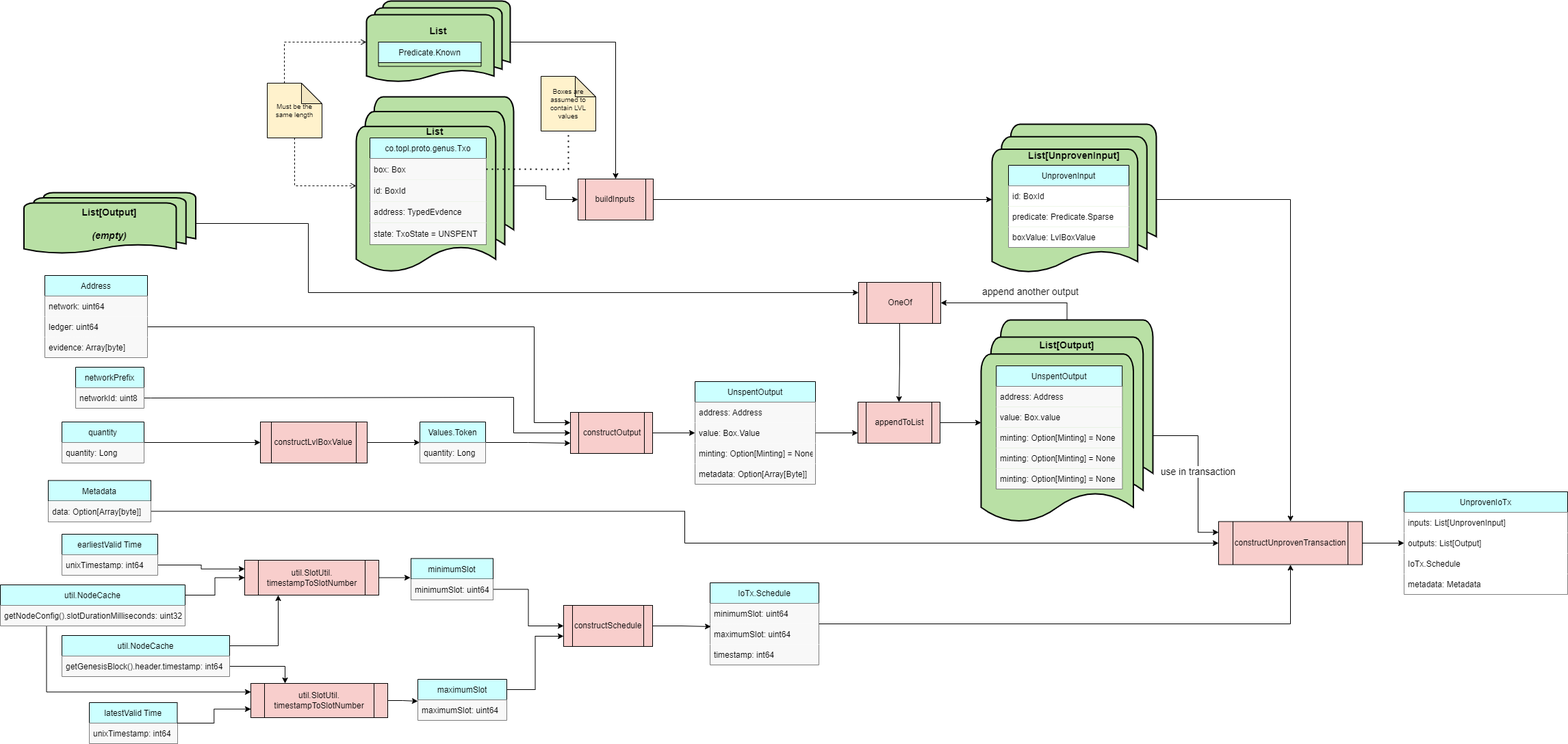
This is docs/Modules/NativeTransactor/transaction_builder.drawio.png from Topl/BramblSc-docs, a draw.io export, as it was before one commit. Source tidied: cells renumbered, new cells last; positions are measured from the earlier drawing's top-left corner, leaving out a move shared by most shapes.
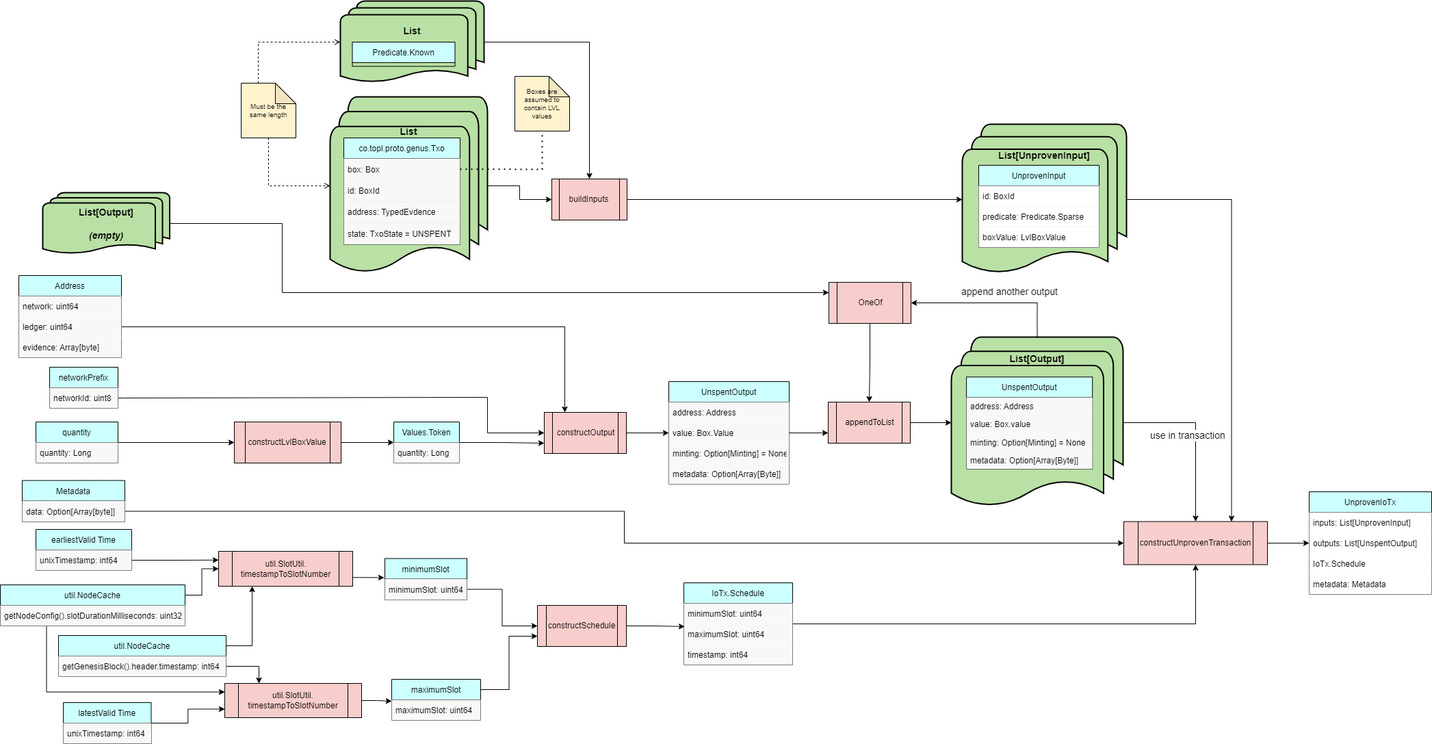
The same diagram one commit later.

Commit message:
More compact layout

Change to the diagram source:
```diff
@@ -6,7 +6,7 @@
       <mxGeometry relative="1" as="geometry" />
     </mxCell>
     <mxCell id="3" value="constructUnprovenTransaction" style="shape=process;whiteSpace=wrap;html=1;backgroundOutline=1;fillColor=#F8CECC;" parent="1" vertex="1">
-      <mxGeometry x="1780" y="760.5" width="210" height="63" as="geometry" />
+      <mxGeometry x="1680" y="760.5" width="210" height="63" as="geometry" />
     </mxCell>
     <mxCell id="4" value="IoTx.Schedule" style="swimlane;fontStyle=0;horizontal=1;startSize=30;fillColor=#CCFFFF;" parent="1" vertex="1">
       <mxGeometry x="1037" y="850" width="159" height="120" as="geometry" />
@@ -67,13 +67,8 @@
     <mxCell id="22" value="state: TxoState = UNSPENT" style="text;strokeColor=none;fillColor=#F8F8F8;align=left;verticalAlign=middle;spacingLeft=4;spacingRight=4;overflow=hidden;" parent="18" vertex="1">
       <mxGeometry y="124.1" width="170" height="31.4" as="geometry" />
     </mxCell>
-    <mxCell id="23" value="use in transaction" style="edgeStyle=orthogonalEdgeStyle;rounded=0;jettySize=auto;html=1;entryX=0;entryY=0.25;entryDx=0;entryDy=0;fontSize=14;" parent="1" edge="1" source="102" target="3">
-      <mxGeometry relative="1" as="geometry">
-        <Array as="points">
-          <mxPoint x="1750" y="635" />
-          <mxPoint x="1750" y="776" />
-        </Array>
-      </mxGeometry>
+    <mxCell id="23" value="use in transaction&amp;nbsp; &amp;nbsp; &amp;nbsp;&amp;nbsp;" style="edgeStyle=orthogonalEdgeStyle;rounded=0;jettySize=auto;html=1;entryX=0.5;entryY=0;entryDx=0;entryDy=0;fontSize=14;" parent="1" edge="1" source="102" target="3">
+      <mxGeometry relative="1" as="geometry" />
     </mxCell>
     <mxCell id="24" style="edgeStyle=orthogonalEdgeStyle;rounded=0;jettySize=auto;html=1;entryX=0;entryY=0.5;entryDx=0;entryDy=0;fontSize=10;" parent="1" edge="1" source="25" target="28">
       <mxGeometry relative="1" as="geometry" />
@@ -114,11 +109,10 @@
         </Array>
       </mxGeometry>
     </mxCell>
-    <mxCell id="35" style="edgeStyle=orthogonalEdgeStyle;rounded=0;jettySize=auto;html=1;entryX=0;entryY=0.25;entryDx=0;entryDy=0;fontSize=10;exitX=1;exitY=0.5;exitDx=0;exitDy=0;" parent="1" edge="1" source="97" target="33">
+    <mxCell id="35" style="edgeStyle=orthogonalEdgeStyle;rounded=0;jettySize=auto;html=1;entryX=0.25;entryY=0;entryDx=0;entryDy=0;fontSize=10;exitX=1;exitY=0.5;exitDx=0;exitDy=0;" parent="1" edge="1" source="97" target="33">
       <mxGeometry relative="1" as="geometry">
         <Array as="points">
-          <mxPoint x="780" y="476" />
-          <mxPoint x="780" y="616" />
+          <mxPoint x="863" y="476" />
         </Array>
       </mxGeometry>
     </mxCell>
@@ -159,7 +153,7 @@
       <mxGeometry relative="1" as="geometry" />
     </mxCell>
     <mxCell id="48" style="group;" parent="1" vertex="1">
-      <mxGeometry x="1449" y="180" width="240" height="220" as="geometry" />
+      <mxGeometry x="1444" y="180" width="240" height="220" as="geometry" />
     </mxCell>
     <mxCell id="49" value="&lt;font style=&quot;&quot;&gt;&lt;font style=&quot;&quot;&gt;&lt;font style=&quot;font-size: 14px;&quot;&gt;&amp;nbsp;&lt;/font&gt;&lt;br&gt;&lt;/font&gt;&lt;br&gt;&lt;/font&gt;&lt;font style=&quot;font-size: 14px;&quot;&gt;&lt;b&gt;List[UnprovenInput]&lt;/b&gt;&lt;/font&gt;" style="strokeWidth=2;html=1;shape=mxgraph.flowchart.multi-document;whiteSpace=wrap;fillColor=#B9E0A5;verticalAlign=top;" parent="48" vertex="1">
       <mxGeometry width="240" height="220" as="geometry" />
@@ -176,7 +170,7 @@
     <mxCell id="53" value="boxValue: LvlBoxValue" style="text;strokeColor=none;fillColor=#FFFFFF;align=left;verticalAlign=middle;spacingLeft=4;spacingRight=4;overflow=hidden;" parent="50" vertex="1">
       <mxGeometry y="90" width="176" height="30" as="geometry" />
     </mxCell>
-    <mxCell id="54" style="edgeStyle=orthogonalEdgeStyle;rounded=0;jettySize=auto;html=1;entryX=0.5;entryY=0;entryDx=0;entryDy=0;fontSize=10;endArrow=classic;endFill=1;exitX=1;exitY=0.5;exitDx=0;exitDy=0;exitPerimeter=0;" parent="1" edge="1" source="49" target="3">
+    <mxCell id="54" style="edgeStyle=orthogonalEdgeStyle;rounded=0;jettySize=auto;html=1;entryX=0.75;entryY=0;entryDx=0;entryDy=0;fontSize=10;endArrow=classic;endFill=1;exitX=1;exitY=0.5;exitDx=0;exitDy=0;exitPerimeter=0;" parent="1" edge="1" source="49" target="3">
       <mxGeometry relative="1" as="geometry" />
     </mxCell>
     <mxCell id="55" style="edgeStyle=orthogonalEdgeStyle;rounded=0;jettySize=auto;html=1;fontSize=10;endArrow=classic;endFill=1;exitX=1;exitY=0.5;exitDx=0;exitDy=0;entryX=0;entryY=0.5;entryDx=0;entryDy=0;" parent="1" edge="1" source="57" target="3">
@@ -189,19 +183,19 @@
       <mxGeometry y="30" width="150" height="30" as="geometry" />
     </mxCell>
     <mxCell id="58" value="UnprovenIoTx" style="swimlane;fontStyle=0;horizontal=1;startSize=30;fillColor=#CCFFFF;" parent="1" vertex="1">
-      <mxGeometry x="2051" y="717" width="239" height="150" as="geometry" />
+      <mxGeometry x="1951" y="717" width="179" height="150" as="geometry" />
     </mxCell>
     <mxCell id="59" value="inputs: List[UnprovenInput]" style="text;strokeColor=none;fillColor=#FFFFFF;align=left;verticalAlign=middle;spacingLeft=4;spacingRight=4;overflow=hidden;" parent="58" vertex="1">
-      <mxGeometry y="30" width="239" height="30" as="geometry" />
+      <mxGeometry y="30" width="179" height="30" as="geometry" />
     </mxCell>
-    <mxCell id="60" value="outputs: List[Output]" style="text;strokeColor=none;fillColor=#FFFFFF;align=left;verticalAlign=middle;spacingLeft=4;spacingRight=4;overflow=hidden;points=[[0,0.5],[1,0.5]];portConstraint=eastwest;" parent="58" vertex="1">
-      <mxGeometry y="60" width="239" height="30" as="geometry" />
+    <mxCell id="60" value="outputs: List[UnspentOutput]" style="text;strokeColor=none;fillColor=#FFFFFF;align=left;verticalAlign=middle;spacingLeft=4;spacingRight=4;overflow=hidden;points=[[0,0.5],[1,0.5]];portConstraint=eastwest;" parent="58" vertex="1">
+      <mxGeometry y="60" width="179" height="30" as="geometry" />
     </mxCell>
     <mxCell id="61" value="IoTx.Schedule" style="text;strokeColor=none;fillColor=#FFFFFF;align=left;verticalAlign=middle;spacingLeft=4;spacingRight=4;overflow=hidden;" parent="58" vertex="1">
-      <mxGeometry y="90" width="239" height="30" as="geometry" />
+      <mxGeometry y="90" width="179" height="30" as="geometry" />
     </mxCell>
     <mxCell id="62" value="metadata: Metadata" style="text;strokeColor=none;fillColor=#FFFFFF;align=left;verticalAlign=middle;spacingLeft=4;spacingRight=4;overflow=hidden;" parent="58" vertex="1">
-      <mxGeometry y="120" width="239" height="30" as="geometry" />
+      <mxGeometry y="120" width="179" height="30" as="geometry" />
     </mxCell>
     <mxCell id="63" value="latestValid Time" style="swimlane;fontStyle=0;horizontal=1;startSize=30;fillColor=#CCFFFF;" parent="1" vertex="1">
       <mxGeometry x="130" y="1025" width="128.5" height="60" as="geometry" />
@@ -218,17 +212,17 @@
     <mxCell id="67" style="edgeStyle=orthogonalEdgeStyle;rounded=0;jettySize=auto;html=1;fontSize=18;endArrow=classic;endFill=1;entryX=0;entryY=0.75;entryDx=0;entryDy=0;exitX=1;exitY=0.5;exitDx=0;exitDy=0;" parent="1" edge="1" source="63" target="66">
       <mxGeometry relative="1" as="geometry" />
     </mxCell>
-    <mxCell id="68" style="edgeStyle=orthogonalEdgeStyle;rounded=0;jettySize=auto;html=1;entryX=-0.008;entryY=-0.067;entryDx=0;entryDy=0;entryPerimeter=0;fontSize=18;endArrow=classic;endFill=1;exitX=1;exitY=0.5;exitDx=0;exitDy=0;" parent="1" edge="1" source="69" target="12">
+    <mxCell id="68" style="edgeStyle=orthogonalEdgeStyle;rounded=0;jettySize=auto;html=1;entryX=-0.008;entryY=-0.067;entryDx=0;entryDy=0;entryPerimeter=0;fontSize=18;endArrow=classic;endFill=1;exitX=1;exitY=0.75;exitDx=0;exitDy=0;" parent="1" edge="1" source="69" target="12">
       <mxGeometry relative="1" as="geometry" />
     </mxCell>
     <mxCell id="69" value="util.SlotUtil.&lt;br&gt;timestampToSlotNumber" style="shape=process;whiteSpace=wrap;html=1;backgroundOutline=1;fillColor=#F8CECC;" parent="1" vertex="1">
-      <mxGeometry x="357" y="817" width="196" height="51" as="geometry" />
+      <mxGeometry x="357" y="804" width="196" height="51" as="geometry" />
     </mxCell>
     <mxCell id="70" style="edgeStyle=orthogonalEdgeStyle;rounded=0;jettySize=auto;html=1;fontSize=18;endArrow=classic;endFill=1;entryX=0;entryY=0.25;entryDx=0;entryDy=0;exitX=1;exitY=0.75;exitDx=0;exitDy=0;" parent="1" edge="1" source="71" target="69">
       <mxGeometry relative="1" as="geometry" />
     </mxCell>
     <mxCell id="71" value="earliestValid Time" style="swimlane;fontStyle=0;horizontal=1;startSize=30;fillColor=#CCFFFF;" parent="1" vertex="1">
-      <mxGeometry x="90" y="779" width="140" height="60" as="geometry" />
+      <mxGeometry x="90" y="772" width="140" height="60" as="geometry" />
     </mxCell>
     <mxCell id="72" value="unixTimestamp: int64" style="text;strokeColor=none;fillColor=#F8F8F8;align=left;verticalAlign=middle;spacingLeft=4;spacingRight=4;overflow=hidden;" parent="71" vertex="1">
       <mxGeometry y="30" width="140" height="30" as="geometry" />
@@ -240,7 +234,7 @@
       <mxGeometry relative="1" as="geometry" />
     </mxCell>
     <mxCell id="75" value="util.NodeCache" style="swimlane;fontStyle=0;horizontal=1;startSize=30;fillColor=#CCFFFF;" parent="1" vertex="1">
-      <mxGeometry x="90" y="927" width="245" height="60" as="geometry" />
+      <mxGeometry x="123" y="927" width="245" height="60" as="geometry" />
     </mxCell>
     <mxCell id="76" value="getGenesisBlock().header.timestamp: int64" style="text;strokeColor=none;fillColor=#F8F8F8;align=left;verticalAlign=middle;spacingLeft=4;spacingRight=4;overflow=hidden;" parent="75" vertex="1">
       <mxGeometry y="30" width="245" height="30" as="geometry" />
@@ -249,7 +243,7 @@
       <mxGeometry relative="1" as="geometry" />
     </mxCell>
     <mxCell id="78" value="util.NodeCache" style="swimlane;fontStyle=0;horizontal=1;startSize=30;fillColor=#CCFFFF;" parent="1" vertex="1">
-      <mxGeometry y="853" width="270" height="60" as="geometry" />
+      <mxGeometry x="38" y="853" width="270" height="60" as="geometry" />
     </mxCell>
     <mxCell id="79" value="getNodeConfig().slotDurationMilliseconds: uint32" style="text;strokeColor=none;fillColor=#F8F8F8;align=left;verticalAlign=middle;spacingLeft=4;spacingRight=4;overflow=hidden;" parent="78" vertex="1">
       <mxGeometry y="30" width="270" height="30" as="geometry" />
@@ -280,7 +274,7 @@
       <mxGeometry relative="1" as="geometry" />
     </mxCell>
     <mxCell id="87" value="appendToList" style="shape=process;whiteSpace=wrap;html=1;backgroundOutline=1;fillColor=#F8CECC;" parent="1" vertex="1">
-      <mxGeometry x="1253" y="586" width="120" height="60" as="geometry" />
+      <mxGeometry x="1248" y="586" width="120" height="60" as="geometry" />
     </mxCell>
     <mxCell id="88" style="edgeStyle=orthogonalEdgeStyle;rounded=0;jettySize=auto;html=1;entryX=0;entryY=0.75;entryDx=0;entryDy=0;fontSize=18;exitX=1;exitY=0.5;exitDx=0;exitDy=0;" parent="1" edge="1" source="38" target="87">
       <mxGeometry relative="1" as="geometry" />
@@ -305,10 +299,10 @@
       <mxGeometry relative="1" as="geometry" />
     </mxCell>
     <mxCell id="93" value="OneOf" style="shape=process;whiteSpace=wrap;html=1;backgroundOutline=1;fillColor=#F8CECC;" parent="1" vertex="1">
-      <mxGeometry x="1254" y="411" width="120" height="60" as="geometry" />
+      <mxGeometry x="1249" y="411" width="120" height="60" as="geometry" />
     </mxCell>
     <mxCell id="94" value="&lt;font style=&quot;&quot;&gt;&lt;br&gt;&lt;/font&gt;&lt;font style=&quot;font-size: 14px;&quot;&gt;&lt;b&gt;List[Output]&lt;br&gt;&lt;br&gt;&lt;i&gt;(empty)&lt;/i&gt;&lt;br&gt;&lt;/b&gt;&lt;/font&gt;" style="strokeWidth=2;html=1;shape=mxgraph.flowchart.multi-document;whiteSpace=wrap;fillColor=#B9E0A5;verticalAlign=top;" parent="1" vertex="1">
-      <mxGeometry x="34.5" y="280" width="251" height="90" as="geometry" />
+      <mxGeometry x="100" y="280" width="185.5" height="90" as="geometry" />
     </mxCell>
     <mxCell id="95" value="Address" style="swimlane;fontStyle=0;horizontal=1;startSize=30;fillColor=#CCFFFF;" parent="1" vertex="1">
       <mxGeometry x="65" y="401" width="150" height="120" as="geometry" />
@@ -329,28 +323,25 @@
       <mxGeometry y="30" width="100" height="30" as="geometry" />
     </mxCell>
     <mxCell id="101" style="group;" parent="1" vertex="1">
-      <mxGeometry x="1433" y="466" width="251" height="300" as="geometry" />
+      <mxGeometry x="1428" y="491" width="251" height="261" as="geometry" />
     </mxCell>
-    <mxCell id="102" value="&lt;font style=&quot;font-size: 18px;&quot;&gt;&lt;br&gt;&lt;/font&gt;&lt;font style=&quot;font-size: 14px;&quot;&gt;&lt;b&gt;List[Output]&lt;/b&gt;&lt;/font&gt;" style="strokeWidth=2;html=1;shape=mxgraph.flowchart.multi-document;whiteSpace=wrap;fillColor=#B9E0A5;verticalAlign=top;" parent="101" vertex="1">
-      <mxGeometry width="251" height="300" as="geometry" />
+    <mxCell id="102" value="&lt;font style=&quot;font-size: 14px;&quot;&gt;&lt;br&gt;&lt;/font&gt;&lt;font style=&quot;font-size: 14px;&quot;&gt;&lt;b&gt;List[Output]&lt;/b&gt;&lt;/font&gt;" style="strokeWidth=2;html=1;shape=mxgraph.flowchart.multi-document;whiteSpace=wrap;fillColor=#B9E0A5;verticalAlign=top;" parent="101" vertex="1">
+      <mxGeometry width="251" height="250" as="geometry" />
     </mxCell>
     <mxCell id="103" value="UnspentOutput" style="swimlane;fontStyle=0;horizontal=1;startSize=30;fillColor=#CCFFFF;" parent="101" vertex="1">
-      <mxGeometry x="22.1" y="67" width="184.1" height="180" as="geometry" />
+      <mxGeometry x="22.1" y="58.3" width="184.1" height="134.4" as="geometry" />
     </mxCell>
     <mxCell id="104" value="address: Address" style="text;strokeColor=none;fillColor=#F8F8F8;align=left;verticalAlign=middle;spacingLeft=4;spacingRight=4;overflow=hidden;" parent="103" vertex="1">
-      <mxGeometry y="30" width="184.1" height="30" as="geometry" />
+      <mxGeometry y="30" width="184.1" height="26.1" as="geometry" />
     </mxCell>
     <mxCell id="105" value="value: Box.value" style="text;strokeColor=none;fillColor=#F8F8F8;align=left;verticalAlign=middle;spacingLeft=4;spacingRight=4;overflow=hidden;" parent="103" vertex="1">
-      <mxGeometry y="60" width="184.1" height="30" as="geometry" />
+      <mxGeometry y="56.1" width="184.1" height="26.1" as="geometry" />
     </mxCell>
     <mxCell id="106" value="minting: Option[Minting] = None" style="text;strokeColor=none;fillColor=#F8F8F8;align=left;verticalAlign=middle;spacingLeft=4;spacingRight=4;overflow=hidden;" parent="103" vertex="1">
-      <mxGeometry y="90" width="184.1" height="30" as="geometry" />
+      <mxGeometry y="82.2" width="184.1" height="26.1" as="geometry" />
     </mxCell>
-    <mxCell id="107" value="minting: Option[Minting] = None" style="text;strokeColor=none;fillColor=#F8F8F8;align=left;verticalAlign=middle;spacingLeft=4;spacingRight=4;overflow=hidden;" parent="103" vertex="1">
-      <mxGeometry y="120" width="184.1" height="30" as="geometry" />
+    <mxCell id="107" value="metadata: Option[Array[Byte]]" style="text;strokeColor=none;fillColor=#F8F8F8;align=left;verticalAlign=middle;spacingLeft=4;spacingRight=4;overflow=hidden;" parent="103" vertex="1">
+      <mxGeometry y="108.3" width="184.1" height="26.1" as="geometry" />
     </mxCell>
-    <mxCell id="108" value="minting: Option[Minting] = None" style="text;strokeColor=none;fillColor=#F8F8F8;align=left;verticalAlign=middle;spacingLeft=4;spacingRight=4;overflow=hidden;" parent="103" vertex="1">
-      <mxGeometry y="150" width="184.1" height="30" as="geometry" />
-    </mxCell>
   </root>
 </mxGraphModel>
```
